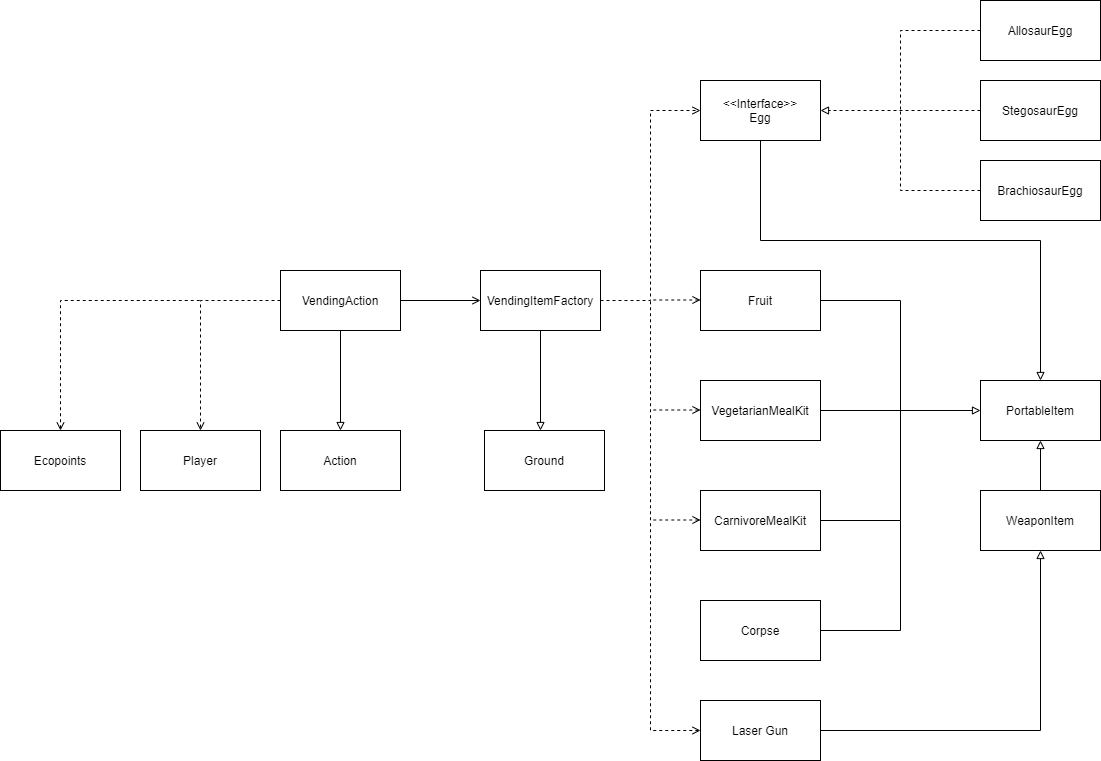
The draw.io diagram docs/FIT2099_A1_UML_ItemsVendingMachine.png in Nochl/Jurrasic_Park_Sim, before a commit. Source tidied: cells renumbered, new cells last; positions are measured from the earlier drawing's top-left corner, leaving out a move shared by most shapes.
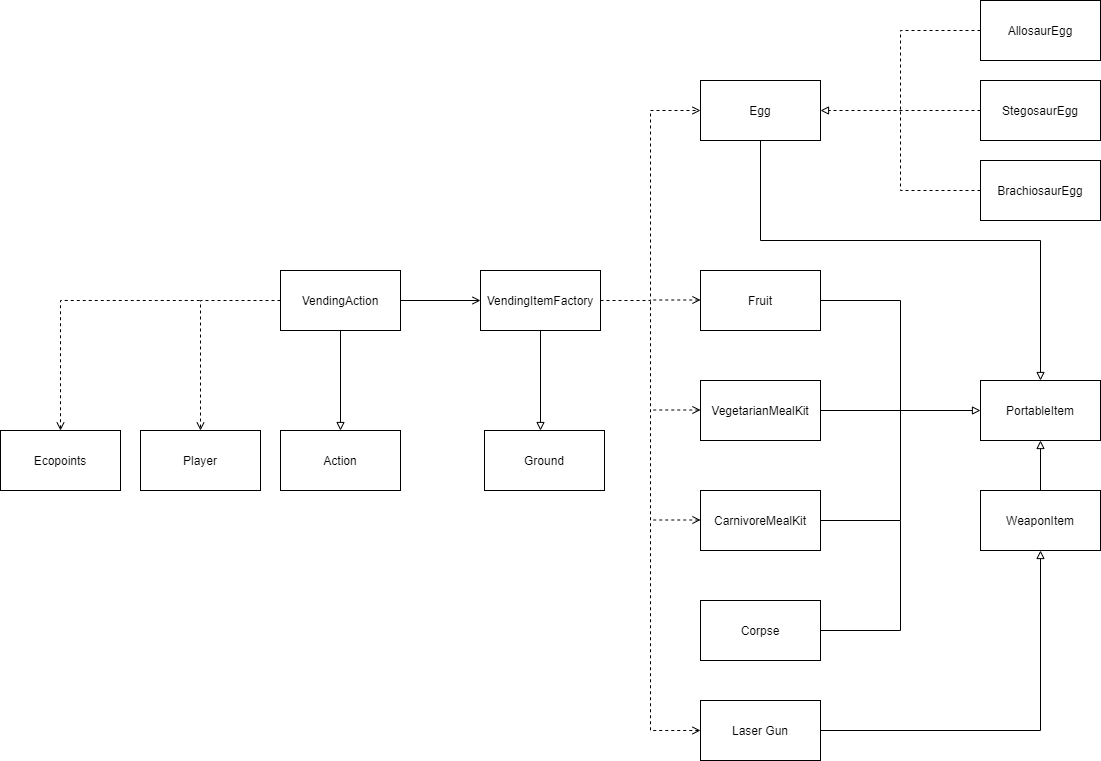
The same file after the commit.

Commit message:
Converted Egg interface into an abstract class

The edit, as a diff of the source:
```diff
@@ -10,7 +10,7 @@
         </Array>
       </mxGeometry>
     </mxCell>
-    <mxCell id="3" value="&amp;lt;&amp;lt;Interface&amp;gt;&amp;gt;&lt;br&gt;Egg" style="whiteSpace=wrap;html=1;" parent="1" vertex="1">
+    <mxCell id="3" value="Egg" style="whiteSpace=wrap;html=1;" parent="1" vertex="1">
       <mxGeometry x="700" y="80" width="120" height="60" as="geometry" />
     </mxCell>
     <mxCell id="4" style="edgeStyle=orthogonalEdgeStyle;rounded=0;jettySize=auto;html=1;entryX=0.5;entryY=1;entryDx=0;entryDy=0;endArrow=block;endFill=0;" parent="1" edge="1" source="6" target="19">
```
